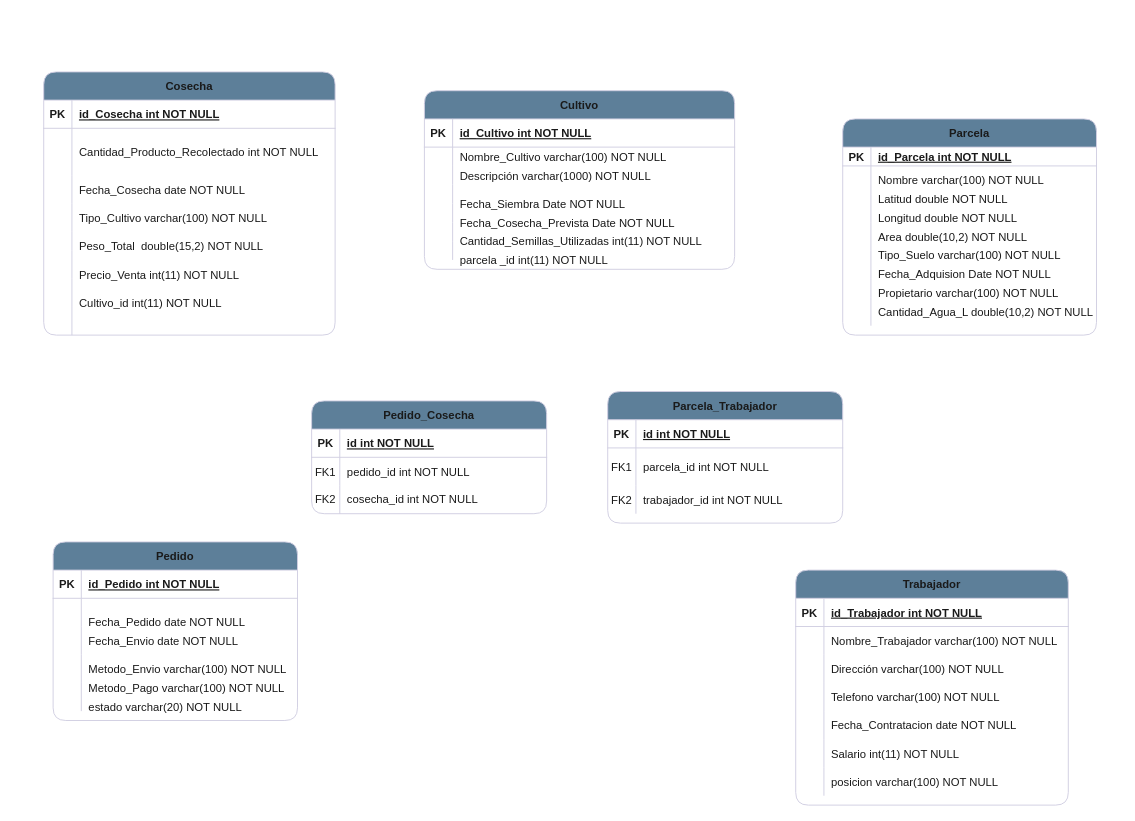
Above: Diagrama sin título.drawio in JonhNino/Tarea1Especializacion (draw.io), before the change. Source tidied: cells renumbered, new cells numbered last; positions are measured from the earlier drawing's top-left corner, leaving out a move shared by most shapes. Both pictures are drawn from the tidied source at 94%, with x=0, y=0 at pixel (43, 15).
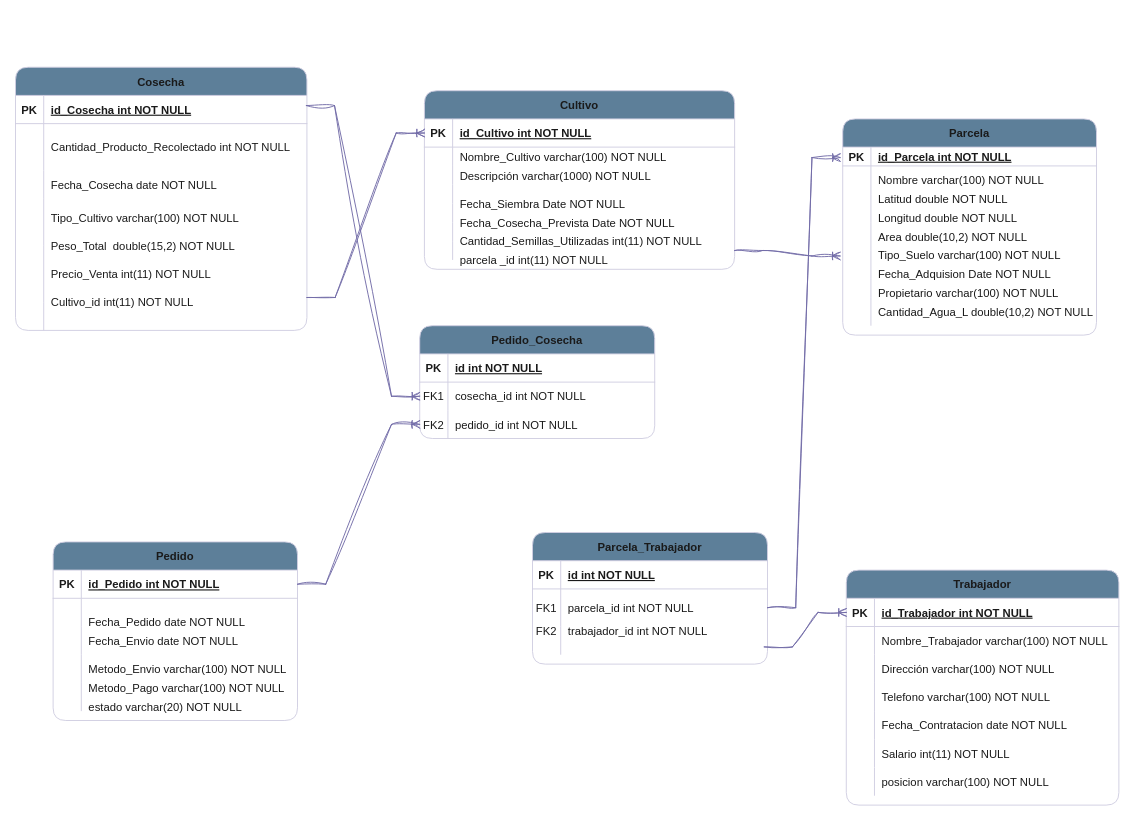
Above is the later version.

Commit message:
Modelo Entidad-Relacion Terminado

The change refers to these unchanged cells:
```xml
<mxCell id="3" style="shape=partialRectangle;fillColor=none;points=[[0,0.5],[1,0.5]];portConstraint=eastwest;top=0;left=0;right=0;bottom=1;rounded=1;labelBackgroundColor=none;strokeColor=#D0CEE2;fontColor=#1A1A1A;" parent="2" vertex="1">
  <mxGeometry y="30" width="330" height="30" as="geometry" />
</mxCell>
<mxCell id="21" style="shape=partialRectangle;fillColor=none;points=[[0,0.5],[1,0.5]];portConstraint=eastwest;top=0;left=0;right=0;bottom=0;rounded=1;labelBackgroundColor=none;strokeColor=#D0CEE2;fontColor=#1A1A1A;" parent="2" vertex="1">
  <mxGeometry y="160" width="330" height="20" as="geometry" />
</mxCell>
<mxCell id="25" style="shape=partialRectangle;fillColor=none;points=[[0,0.5],[1,0.5]];portConstraint=eastwest;top=0;left=0;right=0;bottom=1;rounded=1;labelBackgroundColor=none;strokeColor=#D0CEE2;fontColor=#1A1A1A;" parent="24" vertex="1">
  <mxGeometry y="30" width="290" height="30" as="geometry" />
</mxCell>
<mxCell id="50" style="shape=partialRectangle;fillColor=none;points=[[0,0.5],[1,0.5]];portConstraint=eastwest;top=0;left=0;right=0;bottom=0;rounded=1;labelBackgroundColor=none;strokeColor=#D0CEE2;fontColor=#1A1A1A;" parent="46" vertex="1">
  <mxGeometry y="50" width="270" height="30" as="geometry" />
</mxCell>
<mxCell id="72" style="shape=partialRectangle;fillColor=none;points=[[0,0.5],[1,0.5]];portConstraint=eastwest;top=0;left=0;right=0;bottom=0;rounded=1;labelBackgroundColor=none;strokeColor=#D0CEE2;fontColor=#1A1A1A;" parent="68" vertex="1">
  <mxGeometry y="60" width="310" height="50" as="geometry" />
</mxCell>
<mxCell id="94" style="shape=partialRectangle;fillColor=none;points=[[0,0.5],[1,0.5]];portConstraint=eastwest;top=0;left=0;right=0;bottom=1;rounded=1;labelBackgroundColor=none;strokeColor=#D0CEE2;fontColor=#1A1A1A;" parent="93" vertex="1">
  <mxGeometry y="30" width="260" height="30" as="geometry" />
</mxCell>
<mxCell id="113" style="shape=partialRectangle;fillColor=none;points=[[0,0.5],[1,0.5]];portConstraint=eastwest;top=0;left=0;right=0;bottom=0;rounded=1;labelBackgroundColor=none;strokeColor=#D0CEE2;fontColor=#1A1A1A;" parent="109" vertex="1">
  <mxGeometry y="60" width="250" height="30" as="geometry" />
</mxCell>
<mxCell id="123" style="shape=partialRectangle;fillColor=none;points=[[0,0.5],[1,0.5]];portConstraint=eastwest;top=0;left=0;right=0;bottom=0;rounded=1;labelBackgroundColor=none;strokeColor=#D0CEE2;fontColor=#1A1A1A;" parent="119" vertex="1">
  <mxGeometry y="60" width="250" height="40" as="geometry" />
</mxCell>
<mxCell id="149" style="shape=partialRectangle;fillColor=none;points=[[0,0.5],[1,0.5]];portConstraint=eastwest;top=0;left=0;right=0;bottom=0;rounded=1;labelBackgroundColor=none;strokeColor=#D0CEE2;fontColor=#1A1A1A;" parent="1" vertex="1">
  <mxGeometry x="850" y="220" width="250" height="30" as="geometry" />
</mxCell>
```

What changed in the source:
```diff
@@
     <mxCell id="24" value="Trabajador" style="shape=table;startSize=30;childLayout=tableLayout;rowLines=0;fontStyle=1;align=center;rounded=1;labelBackgroundColor=none;fillColor=#5D7F99;strokeColor=#D0CEE2;fontColor=#1A1A1A;" parent="1" vertex="1">
-      <mxGeometry x="800" y="590" width="290" height="250" as="geometry" />
+      <mxGeometry x="853.8" y="590" width="290" height="250" as="geometry" />
     </mxCell>
@@
     <mxCell id="68" value="Cosecha" style="shape=table;startSize=30;childLayout=tableLayout;rowLines=0;fontStyle=1;align=center;rounded=1;labelBackgroundColor=none;fillColor=#5D7F99;strokeColor=#D0CEE2;fontColor=#1A1A1A;" parent="1" vertex="1">
-      <mxGeometry y="60" width="310" height="280" as="geometry" />
+      <mxGeometry x="-30" y="55" width="310" height="280" as="geometry" />
     </mxCell>
@@
     <mxCell id="109" value="Pedido_Cosecha" style="shape=table;startSize=30;childLayout=tableLayout;rowLines=0;fontStyle=1;align=center;rounded=1;labelBackgroundColor=none;fillColor=#5D7F99;strokeColor=#D0CEE2;fontColor=#1A1A1A;" parent="1" vertex="1">
-      <mxGeometry x="285" y="410" width="250" height="120" as="geometry" />
+      <mxGeometry x="400" y="330" width="250" height="120" as="geometry" />
     </mxCell>
@@
-    <mxCell id="115" value="pedido_id int NOT NULL" style="shape=partialRectangle;overflow=hidden;fillColor=none;top=0;left=0;bottom=0;right=0;align=left;spacingLeft=6;rounded=1;labelBackgroundColor=none;strokeColor=#D0CEE2;fontColor=#1A1A1A;" parent="113" vertex="1">
+    <mxCell id="115" value="cosecha_id int NOT NULL" style="shape=partialRectangle;overflow=hidden;fillColor=none;top=0;left=0;bottom=0;right=0;align=left;spacingLeft=6;rounded=1;labelBackgroundColor=none;strokeColor=#D0CEE2;fontColor=#1A1A1A;" parent="113" vertex="1">
       <mxGeometry x="30" width="220" height="30" as="geometry" />
     </mxCell>
@@
     <mxCell id="119" value="Parcela_Trabajador" style="shape=table;startSize=30;childLayout=tableLayout;rowLines=0;fontStyle=1;align=center;rounded=1;labelBackgroundColor=none;fillColor=#5D7F99;strokeColor=#D0CEE2;fontColor=#1A1A1A;" parent="1" vertex="1">
-      <mxGeometry x="600" y="400" width="250" height="140" as="geometry" />
+      <mxGeometry x="520" y="550" width="250" height="140" as="geometry" />
     </mxCell>
@@
     <mxCell id="129" style="shape=partialRectangle;fillColor=none;points=[[0,0.5],[1,0.5]];portConstraint=eastwest;top=0;left=0;right=0;bottom=0;rounded=1;labelBackgroundColor=none;strokeColor=#D0CEE2;fontColor=#1A1A1A;" parent="1" vertex="1">
-      <mxGeometry x="600" y="500" width="250" height="30" as="geometry" />
+      <mxGeometry x="520" y="640" width="250" height="30" as="geometry" />
     </mxCell>
@@
     <mxCell id="132" style="shape=partialRectangle;fillColor=none;points=[[0,0.5],[1,0.5]];portConstraint=eastwest;top=0;left=0;right=0;bottom=0;rounded=1;labelBackgroundColor=none;strokeColor=#D0CEE2;fontColor=#1A1A1A;" parent="1" vertex="1">
-      <mxGeometry x="285" y="499" width="250" height="30" as="geometry" />
+      <mxGeometry x="400" y="420" width="250" height="30" as="geometry" />
     </mxCell>
@@
-    <mxCell id="134" value="cosecha_id int NOT NULL" style="shape=partialRectangle;overflow=hidden;fillColor=none;top=0;left=0;bottom=0;right=0;align=left;spacingLeft=6;rounded=1;labelBackgroundColor=none;strokeColor=#D0CEE2;fontColor=#1A1A1A;" parent="132" vertex="1">
+    <mxCell id="134" value="pedido_id int NOT NULL" style="shape=partialRectangle;overflow=hidden;fillColor=none;top=0;left=0;bottom=0;right=0;align=left;spacingLeft=6;rounded=1;labelBackgroundColor=none;strokeColor=#D0CEE2;fontColor=#1A1A1A;" parent="132" vertex="1">
       <mxGeometry x="30" width="220" height="30" as="geometry" />
     </mxCell>
     <mxCell id="135" value="Tipo_Cultivo varchar(100) NOT NULL" style="shape=partialRectangle;overflow=hidden;fillColor=none;top=0;left=0;bottom=0;right=0;align=left;spacingLeft=6;rounded=1;labelBackgroundColor=none;strokeColor=#D0CEE2;fontColor=#1A1A1A;" parent="1" vertex="1">
-      <mxGeometry x="30" y="200" width="280" height="30" as="geometry" />
+      <mxGeometry y="200" width="280" height="30" as="geometry" />
     </mxCell>
     <mxCell id="136" value="Peso_Total  double(15,2) NOT NULL" style="shape=partialRectangle;overflow=hidden;fillColor=none;top=0;left=0;bottom=0;right=0;align=left;spacingLeft=6;rounded=1;labelBackgroundColor=none;strokeColor=#D0CEE2;fontColor=#1A1A1A;" parent="1" vertex="1">
-      <mxGeometry x="30" y="230" width="280" height="30" as="geometry" />
+      <mxGeometry y="230" width="280" height="30" as="geometry" />
     </mxCell>
     <mxCell id="137" value="Precio_Venta int(11) NOT NULL" style="shape=partialRectangle;overflow=hidden;fillColor=none;top=0;left=0;bottom=0;right=0;align=left;spacingLeft=6;rounded=1;labelBackgroundColor=none;strokeColor=#D0CEE2;fontColor=#1A1A1A;" parent="1" vertex="1">
-      <mxGeometry x="30" y="261" width="280" height="30" as="geometry" />
+      <mxGeometry y="260" width="280" height="30" as="geometry" />
     </mxCell>
     <mxCell id="138" value="Cultivo_id int(11) NOT NULL" style="shape=partialRectangle;overflow=hidden;fillColor=none;top=0;left=0;bottom=0;right=0;align=left;spacingLeft=6;rounded=1;labelBackgroundColor=none;strokeColor=#D0CEE2;fontColor=#1A1A1A;" parent="1" vertex="1">
-      <mxGeometry x="30" y="291" width="280" height="30" as="geometry" />
+      <mxGeometry y="290" width="280" height="30" as="geometry" />
     </mxCell>
@@
     <mxCell id="167" value="Salario int(11) NOT NULL" style="shape=partialRectangle;overflow=hidden;fillColor=none;top=0;left=0;bottom=0;right=0;align=left;spacingLeft=6;rounded=1;labelBackgroundColor=none;strokeColor=#D0CEE2;fontColor=#1A1A1A;" parent="1" vertex="1">
-      <mxGeometry x="830" y="770" width="260" height="30" as="geometry" />
+      <mxGeometry x="883.8" y="770" width="260" height="30" as="geometry" />
     </mxCell>
     <mxCell id="168" value="posicion varchar(100) NOT NULL" style="shape=partialRectangle;overflow=hidden;fillColor=none;top=0;left=0;bottom=0;right=0;align=left;spacingLeft=6;rounded=1;labelBackgroundColor=none;strokeColor=#D0CEE2;fontColor=#1A1A1A;" parent="1" vertex="1">
-      <mxGeometry x="830" y="800" width="260" height="30" as="geometry" />
+      <mxGeometry x="883.8" y="800" width="260" height="30" as="geometry" />
     </mxCell>
@@
+    <mxCell id="172" style="edgeStyle=entityRelationEdgeStyle;fontSize=12;html=1;endArrow=ERoneToMany;rounded=0;sketch=1;hachureGap=4;jiggle=2;curveFitting=1;strokeColor=#736CA8;fontFamily=Architects Daughter;fontColor=#1A1A1A;entryX=-0.011;entryY=1.194;entryDx=0;entryDy=0;entryPerimeter=0;exitX=1;exitY=0.5;exitDx=0;exitDy=0;" parent="1" edge="1" source="21" target="149">
+      <mxGeometry relative="1" as="geometry" />
+    </mxCell>
+    <mxCell id="173" style="edgeStyle=entityRelationEdgeStyle;fontSize=12;html=1;endArrow=ERoneToMany;rounded=0;sketch=1;hachureGap=4;jiggle=2;curveFitting=1;strokeColor=#736CA8;fontFamily=Architects Daughter;fontColor=#1A1A1A;exitX=1;exitY=0.5;exitDx=0;exitDy=0;entryX=-0.01;entryY=-0.296;entryDx=0;entryDy=0;entryPerimeter=0;" parent="1" edge="1" source="123" target="50">
+      <mxGeometry relative="1" as="geometry" />
+    </mxCell>
+    <mxCell id="174" style="edgeStyle=entityRelationEdgeStyle;fontSize=12;html=1;endArrow=ERoneToMany;rounded=0;sketch=1;hachureGap=4;jiggle=2;curveFitting=1;strokeColor=#736CA8;fontFamily=Architects Daughter;fontColor=#1A1A1A;exitX=0.986;exitY=1.057;exitDx=0;exitDy=0;entryX=0;entryY=0.5;entryDx=0;entryDy=0;exitPerimeter=0;" parent="1" edge="1" source="129" target="25">
+      <mxGeometry relative="1" as="geometry" />
+    </mxCell>
+    <mxCell id="175" style="edgeStyle=entityRelationEdgeStyle;fontSize=12;html=1;endArrow=ERoneToMany;rounded=0;sketch=1;hachureGap=4;jiggle=2;curveFitting=1;strokeColor=#736CA8;fontFamily=Architects Daughter;fontColor=#1A1A1A;entryX=0;entryY=0.5;entryDx=0;entryDy=0;" parent="1" edge="1" target="3">
+      <mxGeometry relative="1" as="geometry">
+        <mxPoint x="280" y="300" as="sourcePoint" />
+      </mxGeometry>
+    </mxCell>
+    <mxCell id="176" style="edgeStyle=entityRelationEdgeStyle;fontSize=12;html=1;endArrow=ERoneToMany;rounded=0;sketch=1;hachureGap=4;jiggle=2;curveFitting=1;strokeColor=#736CA8;fontFamily=Architects Daughter;fontColor=#1A1A1A;exitX=1;exitY=0.5;exitDx=0;exitDy=0;entryX=0;entryY=0.5;entryDx=0;entryDy=0;" parent="1" edge="1" source="94" target="132">
+      <mxGeometry relative="1" as="geometry" />
+    </mxCell>
+    <mxCell id="177" style="edgeStyle=entityRelationEdgeStyle;fontSize=12;html=1;endArrow=ERoneToMany;rounded=0;sketch=1;hachureGap=4;jiggle=2;curveFitting=1;strokeColor=#736CA8;fontFamily=Architects Daughter;fontColor=#1A1A1A;exitX=0.998;exitY=-0.384;exitDx=0;exitDy=0;exitPerimeter=0;entryX=0;entryY=0.5;entryDx=0;entryDy=0;" parent="1" edge="1" source="72" target="113">
+      <mxGeometry relative="1" as="geometry" />
+    </mxCell>
```
